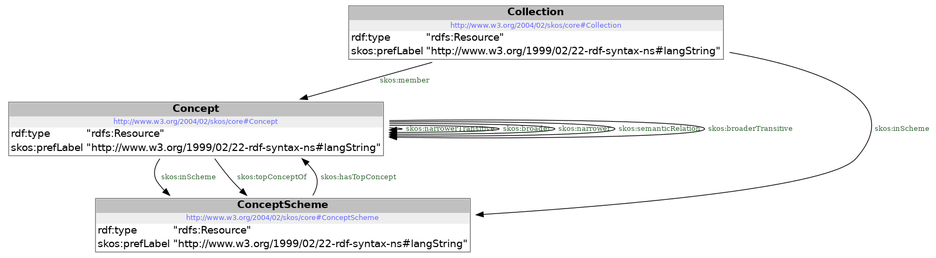
milieuinfo/codelijst-zorgwekkende_stof keeps this Graphviz diagram as src/documentation/model.png. Above is the earlier version. Its source is kept beside it as src/documentation/model.dot. The source it was exported from:
```dot
digraph {
 node [ fontname="DejaVu Sans" ] ;
	node1 -> node1 [ color=BLACK, label=< <font point-size='10' color='#336633'>skos:broader</font> > ] ;
	node1 -> node0 [ color=BLACK, label=< <font point-size='10' color='#336633'>skos:topConceptOf</font> > ] ;
	node2 -> node0 [ color=BLACK, label=< <font point-size='10' color='#336633'>skos:inScheme</font> > ] ;
	node1 -> node1 [ color=BLACK, label=< <font point-size='10' color='#336633'>skos:narrower</font> > ] ;
	node1 -> node1 [ color=BLACK, label=< <font point-size='10' color='#336633'>skos:semanticRelation</font> > ] ;
	node2 -> node1 [ color=BLACK, label=< <font point-size='10' color='#336633'>skos:member</font> > ] ;
	node0 -> node1 [ color=BLACK, label=< <font point-size='10' color='#336633'>skos:hasTopConcept</font> > ] ;
	node1 -> node0 [ color=BLACK, label=< <font point-size='10' color='#336633'>skos:inScheme</font> > ] ;
	node1 -> node1 [ color=BLACK, label=< <font point-size='10' color='#336633'>skos:broaderTransitive</font> > ] ;
	node1 -> node1 [ color=BLACK, label=< <font point-size='10' color='#336633'>skos:narrowerTransitive</font> > ] ;
node0 [ shape=none, color=black label=< <table color='#666666' cellborder='0' cellspacing='0' border='1'><tr><td colspan='2' bgcolor='grey'><B>ConceptScheme</B></td></tr><tr><td href='http://www.w3.org/2004/02/skos/core#ConceptScheme' bgcolor='#eeeeee' colspan='2'><font point-size='10' color='#6666ff'>http://www.w3.org/2004/02/skos/core#ConceptScheme</font></td></tr><tr><td align='left'>rdf:type</td><td align='left'>&quot;rdfs:Resource&quot;</td></tr><tr><td align='left'>skos:prefLabel</td><td align='left'>&quot;http://www.w3.org/1999/02/22-rdf-syntax-ns#langString&quot;</td></tr></table> > ]
node1 [ shape=none, color=black label=< <table color='#666666' cellborder='0' cellspacing='0' border='1'><tr><td colspan='2' bgcolor='grey'><B>Concept</B></td></tr><tr><td href='http://www.w3.org/2004/02/skos/core#Concept' bgcolor='#eeeeee' colspan='2'><font point-size='10' color='#6666ff'>http://www.w3.org/2004/02/skos/core#Concept</font></td></tr><tr><td align='left'>rdf:type</td><td align='left'>&quot;rdfs:Resource&quot;</td></tr><tr><td align='left'>skos:prefLabel</td><td align='left'>&quot;http://www.w3.org/1999/02/22-rdf-syntax-ns#langString&quot;</td></tr></table> > ]
node2 [ shape=none, color=black label=< <table color='#666666' cellborder='0' cellspacing='0' border='1'><tr><td colspan='2' bgcolor='grey'><B>Collection</B></td></tr><tr><td href='http://www.w3.org/2004/02/skos/core#Collection' bgcolor='#eeeeee' colspan='2'><font point-size='10' color='#6666ff'>http://www.w3.org/2004/02/skos/core#Collection</font></td></tr><tr><td align='left'>rdf:type</td><td align='left'>&quot;rdfs:Resource&quot;</td></tr><tr><td align='left'>skos:prefLabel</td><td align='left'>&quot;http://www.w3.org/1999/02/22-rdf-syntax-ns#langString&quot;</td></tr></table> > ]
}
```
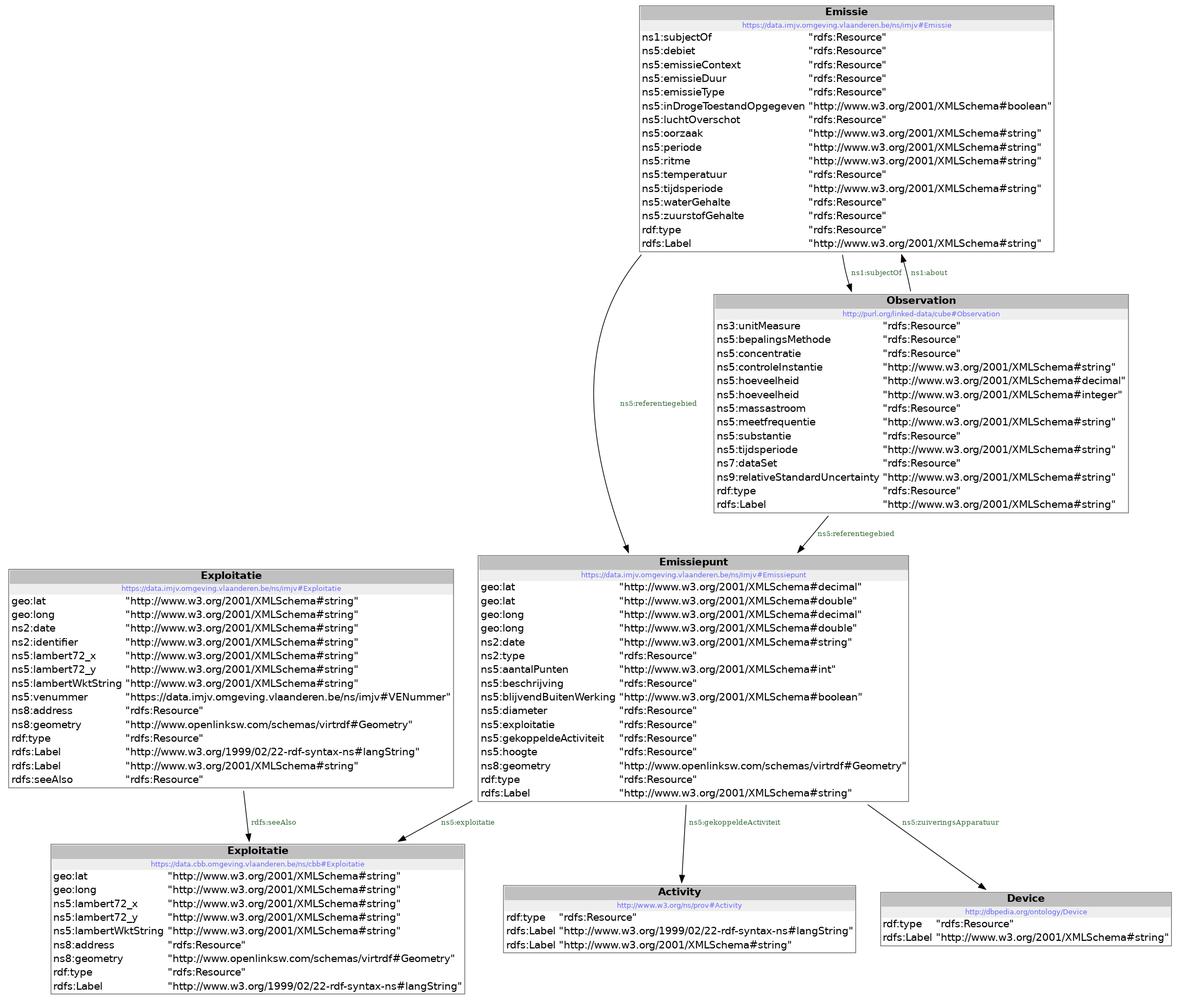
The same diagram one commit later.

Change to the diagram source:
```diff
@@ -1,16 +1,18 @@
 digraph {
  node [ fontname="DejaVu Sans" ] ;
-	node1 -> node1 [ color=BLACK, label=< <font point-size='10' color='#336633'>skos:broader</font> > ] ;
-	node1 -> node0 [ color=BLACK, label=< <font point-size='10' color='#336633'>skos:topConceptOf</font> > ] ;
-	node2 -> node0 [ color=BLACK, label=< <font point-size='10' color='#336633'>skos:inScheme</font> > ] ;
-	node1 -> node1 [ color=BLACK, label=< <font point-size='10' color='#336633'>skos:narrower</font> > ] ;
-	node1 -> node1 [ color=BLACK, label=< <font point-size='10' color='#336633'>skos:semanticRelation</font> > ] ;
-	node2 -> node1 [ color=BLACK, label=< <font point-size='10' color='#336633'>skos:member</font> > ] ;
-	node0 -> node1 [ color=BLACK, label=< <font point-size='10' color='#336633'>skos:hasTopConcept</font> > ] ;
-	node1 -> node0 [ color=BLACK, label=< <font point-size='10' color='#336633'>skos:inScheme</font> > ] ;
-	node1 -> node1 [ color=BLACK, label=< <font point-size='10' color='#336633'>skos:broaderTransitive</font> > ] ;
-	node1 -> node1 [ color=BLACK, label=< <font point-size='10' color='#336633'>skos:narrowerTransitive</font> > ] ;
-node0 [ shape=none, color=black label=< <table color='#666666' cellborder='0' cellspacing='0' border='1'><tr><td colspan='2' bgcolor='grey'><B>ConceptScheme</B></td></tr><tr><td href='http://www.w3.org/2004/02/skos/core#ConceptScheme' bgcolor='#eeeeee' colspan='2'><font point-size='10' color='#6666ff'>http://www.w3.org/2004/02/skos/core#ConceptScheme</font></td></tr><tr><td align='left'>rdf:type</td><td align='left'>&quot;rdfs:Resource&quot;</td></tr><tr><td align='left'>skos:prefLabel</td><td align='left'>&quot;http://www.w3.org/1999/02/22-rdf-syntax-ns#langString&quot;</td></tr></table> > ]
-node1 [ shape=none, color=black label=< <table color='#666666' cellborder='0' cellspacing='0' border='1'><tr><td colspan='2' bgcolor='grey'><B>Concept</B></td></tr><tr><td href='http://www.w3.org/2004/02/skos/core#Concept' bgcolor='#eeeeee' colspan='2'><font point-size='10' color='#6666ff'>http://www.w3.org/2004/02/skos/core#Concept</font></td></tr><tr><td align='left'>rdf:type</td><td align='left'>&quot;rdfs:Resource&quot;</td></tr><tr><td align='left'>skos:prefLabel</td><td align='left'>&quot;http://www.w3.org/1999/02/22-rdf-syntax-ns#langString&quot;</td></tr></table> > ]
-node2 [ shape=none, color=black label=< <table color='#666666' cellborder='0' cellspacing='0' border='1'><tr><td colspan='2' bgcolor='grey'><B>Collection</B></td></tr><tr><td href='http://www.w3.org/2004/02/skos/core#Collection' bgcolor='#eeeeee' colspan='2'><font point-size='10' color='#6666ff'>http://www.w3.org/2004/02/skos/core#Collection</font></td></tr><tr><td align='left'>rdf:type</td><td align='left'>&quot;rdfs:Resource&quot;</td></tr><tr><td align='left'>skos:prefLabel</td><td align='left'>&quot;http://www.w3.org/1999/02/22-rdf-syntax-ns#langString&quot;</td></tr></table> > ]
+	node1 -> node0 [ color=BLACK, label=< <font point-size='10' color='#336633'>ns5:referentiegebied</font> > ] ;
+	node0 -> node5 [ color=BLACK, label=< <font point-size='10' color='#336633'>ns5:gekoppeldeActiviteit</font> > ] ;
+	node3 -> node0 [ color=BLACK, label=< <font point-size='10' color='#336633'>ns5:referentiegebied</font> > ] ;
+	node1 -> node3 [ color=BLACK, label=< <font point-size='10' color='#336633'>ns1:subjectOf</font> > ] ;
+	node0 -> node4 [ color=BLACK, label=< <font point-size='10' color='#336633'>ns5:exploitatie</font> > ] ;
+	node3 -> node1 [ color=BLACK, label=< <font point-size='10' color='#336633'>ns1:about</font> > ] ;
+	node0 -> node6 [ color=BLACK, label=< <font point-size='10' color='#336633'>ns5:zuiveringsApparatuur</font> > ] ;
+	node2 -> node4 [ color=BLACK, label=< <font point-size='10' color='#336633'>rdfs:seeAlso</font> > ] ;
+node0 [ shape=none, color=black label=< <table color='#666666' cellborder='0' cellspacing='0' border='1'><tr><td colspan='2' bgcolor='grey'><B>Emissiepunt</B></td></tr><tr><td href='https://data.imjv.omgeving.vlaanderen.be/ns/imjv#Emissiepunt' bgcolor='#eeeeee' colspan='2'><font point-size='10' color='#6666ff'>https://data.imjv.omgeving.vlaanderen.be/ns/imjv#Emissiepunt</font></td></tr><tr><td align='left'>geo:lat</td><td align='left'>&quot;http://www.w3.org/2001/XMLSchema#decimal&quot;</td></tr><tr><td align='left'>geo:lat</td><td align='left'>&quot;http://www.w3.org/2001/XMLSchema#double&quot;</td></tr><tr><td align='left'>geo:long</td><td align='left'>&quot;http://www.w3.org/2001/XMLSchema#decimal&quot;</td></tr><tr><td align='left'>geo:long</td><td align='left'>&quot;http://www.w3.org/2001/XMLSchema#double&quot;</td></tr><tr><td align='left'>ns2:date</td><td align='left'>&quot;http://www.w3.org/2001/XMLSchema#string&quot;</td></tr><tr><td align='left'>ns2:type</td><td align='left'>&quot;rdfs:Resource&quot;</td></tr><tr><td align='left'>ns5:aantalPunten</td><td align='left'>&quot;http://www.w3.org/2001/XMLSchema#int&quot;</td></tr><tr><td align='left'>ns5:beschrijving</td><td align='left'>&quot;rdfs:Resource&quot;</td></tr><tr><td align='left'>ns5:blijvendBuitenWerking</td><td align='left'>&quot;http://www.w3.org/2001/XMLSchema#boolean&quot;</td></tr><tr><td align='left'>ns5:diameter</td><td align='left'>&quot;rdfs:Resource&quot;</td></tr><tr><td align='left'>ns5:exploitatie</td><td align='left'>&quot;rdfs:Resource&quot;</td></tr><tr><td align='left'>ns5:gekoppeldeActiviteit</td><td align='left'>&quot;rdfs:Resource&quot;</td></tr><tr><td align='left'>ns5:hoogte</td><td align='left'>&quot;rdfs:Resource&quot;</td></tr><tr><td align='left'>ns8:geometry</td><td align='left'>&quot;http://www.openlinksw.com/schemas/virtrdf#Geometry&quot;</td></tr><tr><td align='left'>rdf:type</td><td align='left'>&quot;rdfs:Resource&quot;</td></tr><tr><td align='left'>rdfs:Label</td><td align='left'>&quot;http://www.w3.org/2001/XMLSchema#string&quot;</td></tr></table> > ]
+node1 [ shape=none, color=black label=< <table color='#666666' cellborder='0' cellspacing='0' border='1'><tr><td colspan='2' bgcolor='grey'><B>Emissie</B></td></tr><tr><td href='https://data.imjv.omgeving.vlaanderen.be/ns/imjv#Emissie' bgcolor='#eeeeee' colspan='2'><font point-size='10' color='#6666ff'>https://data.imjv.omgeving.vlaanderen.be/ns/imjv#Emissie</font></td></tr><tr><td align='left'>ns1:subjectOf</td><td align='left'>&quot;rdfs:Resource&quot;</td></tr><tr><td align='left'>ns5:debiet</td><td align='left'>&quot;rdfs:Resource&quot;</td></tr><tr><td align='left'>ns5:emissieContext</td><td align='left'>&quot;rdfs:Resource&quot;</td></tr><tr><td align='left'>ns5:emissieDuur</td><td align='left'>&quot;rdfs:Resource&quot;</td></tr><tr><td align='left'>ns5:emissieType</td><td align='left'>&quot;rdfs:Resource&quot;</td></tr><tr><td align='left'>ns5:inDrogeToestandOpgegeven</td><td align='left'>&quot;http://www.w3.org/2001/XMLSchema#boolean&quot;</td></tr><tr><td align='left'>ns5:luchtOverschot</td><td align='left'>&quot;rdfs:Resource&quot;</td></tr><tr><td align='left'>ns5:oorzaak</td><td align='left'>&quot;http://www.w3.org/2001/XMLSchema#string&quot;</td></tr><tr><td align='left'>ns5:periode</td><td align='left'>&quot;http://www.w3.org/2001/XMLSchema#string&quot;</td></tr><tr><td align='left'>ns5:ritme</td><td align='left'>&quot;http://www.w3.org/2001/XMLSchema#string&quot;</td></tr><tr><td align='left'>ns5:temperatuur</td><td align='left'>&quot;rdfs:Resource&quot;</td></tr><tr><td align='left'>ns5:tijdsperiode</td><td align='left'>&quot;http://www.w3.org/2001/XMLSchema#string&quot;</td></tr><tr><td align='left'>ns5:waterGehalte</td><td align='left'>&quot;rdfs:Resource&quot;</td></tr><tr><td align='left'>ns5:zuurstofGehalte</td><td align='left'>&quot;rdfs:Resource&quot;</td></tr><tr><td align='left'>rdf:type</td><td align='left'>&quot;rdfs:Resource&quot;</td></tr><tr><td align='left'>rdfs:Label</td><td align='left'>&quot;http://www.w3.org/2001/XMLSchema#string&quot;</td></tr></table> > ]
+node2 [ shape=none, color=black label=< <table color='#666666' cellborder='0' cellspacing='0' border='1'><tr><td colspan='2' bgcolor='grey'><B>Exploitatie</B></td></tr><tr><td href='https://data.imjv.omgeving.vlaanderen.be/ns/imjv#Exploitatie' bgcolor='#eeeeee' colspan='2'><font point-size='10' color='#6666ff'>https://data.imjv.omgeving.vlaanderen.be/ns/imjv#Exploitatie</font></td></tr><tr><td align='left'>geo:lat</td><td align='left'>&quot;http://www.w3.org/2001/XMLSchema#string&quot;</td></tr><tr><td align='left'>geo:long</td><td align='left'>&quot;http://www.w3.org/2001/XMLSchema#string&quot;</td></tr><tr><td align='left'>ns2:date</td><td align='left'>&quot;http://www.w3.org/2001/XMLSchema#string&quot;</td></tr><tr><td align='left'>ns2:identifier</td><td align='left'>&quot;http://www.w3.org/2001/XMLSchema#string&quot;</td></tr><tr><td align='left'>ns5:lambert72_x</td><td align='left'>&quot;http://www.w3.org/2001/XMLSchema#string&quot;</td></tr><tr><td align='left'>ns5:lambert72_y</td><td align='left'>&quot;http://www.w3.org/2001/XMLSchema#string&quot;</td></tr><tr><td align='left'>ns5:lambertWktString</td><td align='left'>&quot;http://www.w3.org/2001/XMLSchema#string&quot;</td></tr><tr><td align='left'>ns5:venummer</td><td align='left'>&quot;https://data.imjv.omgeving.vlaanderen.be/ns/imjv#VENummer&quot;</td></tr><tr><td align='left'>ns8:address</td><td align='left'>&quot;rdfs:Resource&quot;</td></tr><tr><td align='left'>ns8:geometry</td><td align='left'>&quot;http://www.openlinksw.com/schemas/virtrdf#Geometry&quot;</td></tr><tr><td align='left'>rdf:type</td><td align='left'>&quot;rdfs:Resource&quot;</td></tr><tr><td align='left'>rdfs:Label</td><td align='left'>&quot;http://www.w3.org/1999/02/22-rdf-syntax-ns#langString&quot;</td></tr><tr><td align='left'>rdfs:Label</td><td align='left'>&quot;http://www.w3.org/2001/XMLSchema#string&quot;</td></tr><tr><td align='left'>rdfs:seeAlso</td><td align='left'>&quot;rdfs:Resource&quot;</td></tr></table> > ]
+node3 [ shape=none, color=black label=< <table color='#666666' cellborder='0' cellspacing='0' border='1'><tr><td colspan='2' bgcolor='grey'><B>Observation</B></td></tr><tr><td href='http://purl.org/linked-data/cube#Observation' bgcolor='#eeeeee' colspan='2'><font point-size='10' color='#6666ff'>http://purl.org/linked-data/cube#Observation</font></td></tr><tr><td align='left'>ns3:unitMeasure</td><td align='left'>&quot;rdfs:Resource&quot;</td></tr><tr><td align='left'>ns5:bepalingsMethode</td><td align='left'>&quot;rdfs:Resource&quot;</td></tr><tr><td align='left'>ns5:concentratie</td><td align='left'>&quot;rdfs:Resource&quot;</td></tr><tr><td align='left'>ns5:controleInstantie</td><td align='left'>&quot;http://www.w3.org/2001/XMLSchema#string&quot;</td></tr><tr><td align='left'>ns5:hoeveelheid</td><td align='left'>&quot;http://www.w3.org/2001/XMLSchema#decimal&quot;</td></tr><tr><td align='left'>ns5:hoeveelheid</td><td align='left'>&quot;http://www.w3.org/2001/XMLSchema#integer&quot;</td></tr><tr><td align='left'>ns5:massastroom</td><td align='left'>&quot;rdfs:Resource&quot;</td></tr><tr><td align='left'>ns5:meetfrequentie</td><td align='left'>&quot;http://www.w3.org/2001/XMLSchema#string&quot;</td></tr><tr><td align='left'>ns5:substantie</td><td align='left'>&quot;rdfs:Resource&quot;</td></tr><tr><td align='left'>ns5:tijdsperiode</td><td align='left'>&quot;http://www.w3.org/2001/XMLSchema#string&quot;</td></tr><tr><td align='left'>ns7:dataSet</td><td align='left'>&quot;rdfs:Resource&quot;</td></tr><tr><td align='left'>ns9:relativeStandardUncertainty</td><td align='left'>&quot;http://www.w3.org/2001/XMLSchema#string&quot;</td></tr><tr><td align='left'>rdf:type</td><td align='left'>&quot;rdfs:Resource&quot;</td></tr><tr><td align='left'>rdfs:Label</td><td align='left'>&quot;http://www.w3.org/2001/XMLSchema#string&quot;</td></tr></table> > ]
+node4 [ shape=none, color=black label=< <table color='#666666' cellborder='0' cellspacing='0' border='1'><tr><td colspan='2' bgcolor='grey'><B>Exploitatie</B></td></tr><tr><td href='https://data.cbb.omgeving.vlaanderen.be/ns/cbb#Exploitatie' bgcolor='#eeeeee' colspan='2'><font point-size='10' color='#6666ff'>https://data.cbb.omgeving.vlaanderen.be/ns/cbb#Exploitatie</font></td></tr><tr><td align='left'>geo:lat</td><td align='left'>&quot;http://www.w3.org/2001/XMLSchema#string&quot;</td></tr><tr><td align='left'>geo:long</td><td align='left'>&quot;http://www.w3.org/2001/XMLSchema#string&quot;</td></tr><tr><td align='left'>ns5:lambert72_x</td><td align='left'>&quot;http://www.w3.org/2001/XMLSchema#string&quot;</td></tr><tr><td align='left'>ns5:lambert72_y</td><td align='left'>&quot;http://www.w3.org/2001/XMLSchema#string&quot;</td></tr><tr><td align='left'>ns5:lambertWktString</td><td align='left'>&quot;http://www.w3.org/2001/XMLSchema#string&quot;</td></tr><tr><td align='left'>ns8:address</td><td align='left'>&quot;rdfs:Resource&quot;</td></tr><tr><td align='left'>ns8:geometry</td><td align='left'>&quot;http://www.openlinksw.com/schemas/virtrdf#Geometry&quot;</td></tr><tr><td align='left'>rdf:type</td><td align='left'>&quot;rdfs:Resource&quot;</td></tr><tr><td align='left'>rdfs:Label</td><td align='left'>&quot;http://www.w3.org/1999/02/22-rdf-syntax-ns#langString&quot;</td></tr></table> > ]
+node5 [ shape=none, color=black label=< <table color='#666666' cellborder='0' cellspacing='0' border='1'><tr><td colspan='2' bgcolor='grey'><B>Activity</B></td></tr><tr><td href='http://www.w3.org/ns/prov#Activity' bgcolor='#eeeeee' colspan='2'><font point-size='10' color='#6666ff'>http://www.w3.org/ns/prov#Activity</font></td></tr><tr><td align='left'>rdf:type</td><td align='left'>&quot;rdfs:Resource&quot;</td></tr><tr><td align='left'>rdfs:Label</td><td align='left'>&quot;http://www.w3.org/1999/02/22-rdf-syntax-ns#langString&quot;</td></tr><tr><td align='left'>rdfs:Label</td><td align='left'>&quot;http://www.w3.org/2001/XMLSchema#string&quot;</td></tr></table> > ]
+node6 [ shape=none, color=black label=< <table color='#666666' cellborder='0' cellspacing='0' border='1'><tr><td colspan='2' bgcolor='grey'><B>Device</B></td></tr><tr><td href='http://dbpedia.org/ontology/Device' bgcolor='#eeeeee' colspan='2'><font point-size='10' color='#6666ff'>http://dbpedia.org/ontology/Device</font></td></tr><tr><td align='left'>rdf:type</td><td align='left'>&quot;rdfs:Resource&quot;</td></tr><tr><td align='left'>rdfs:Label</td><td align='left'>&quot;http://www.w3.org/2001/XMLSchema#string&quot;</td></tr></table> > ]
 }
```
